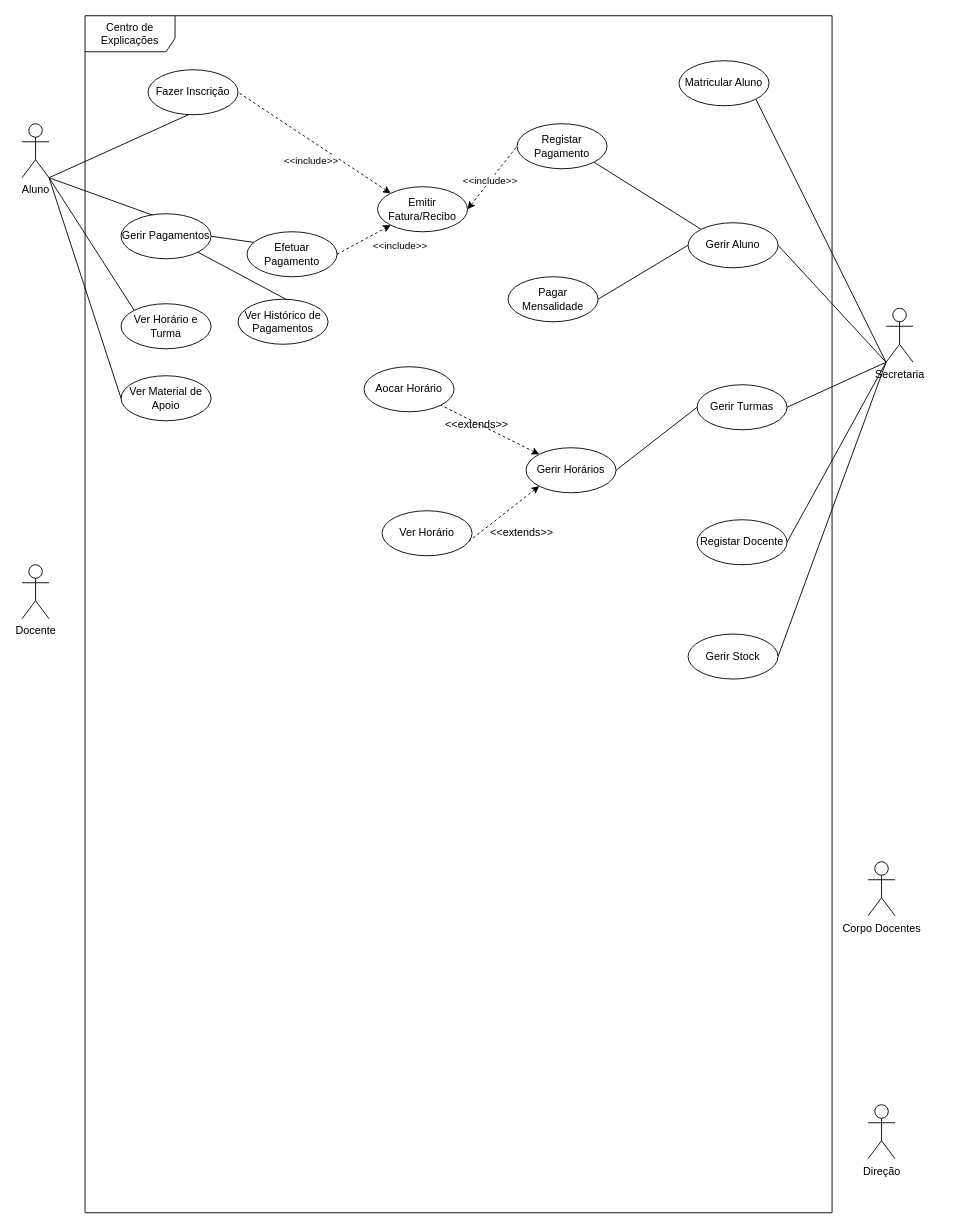
Earlier version of the draw.io diagram PROJETO1_UseCase.drawio (RuiSilva365/Proj1_2024). Source tidied: cells renumbered, new cells numbered last; positions are measured from the earlier drawing's top-left corner, leaving out a move shared by most shapes. Both pictures are drawn from the tidied source at 90%, with x=0, y=0 at pixel (22, 15).
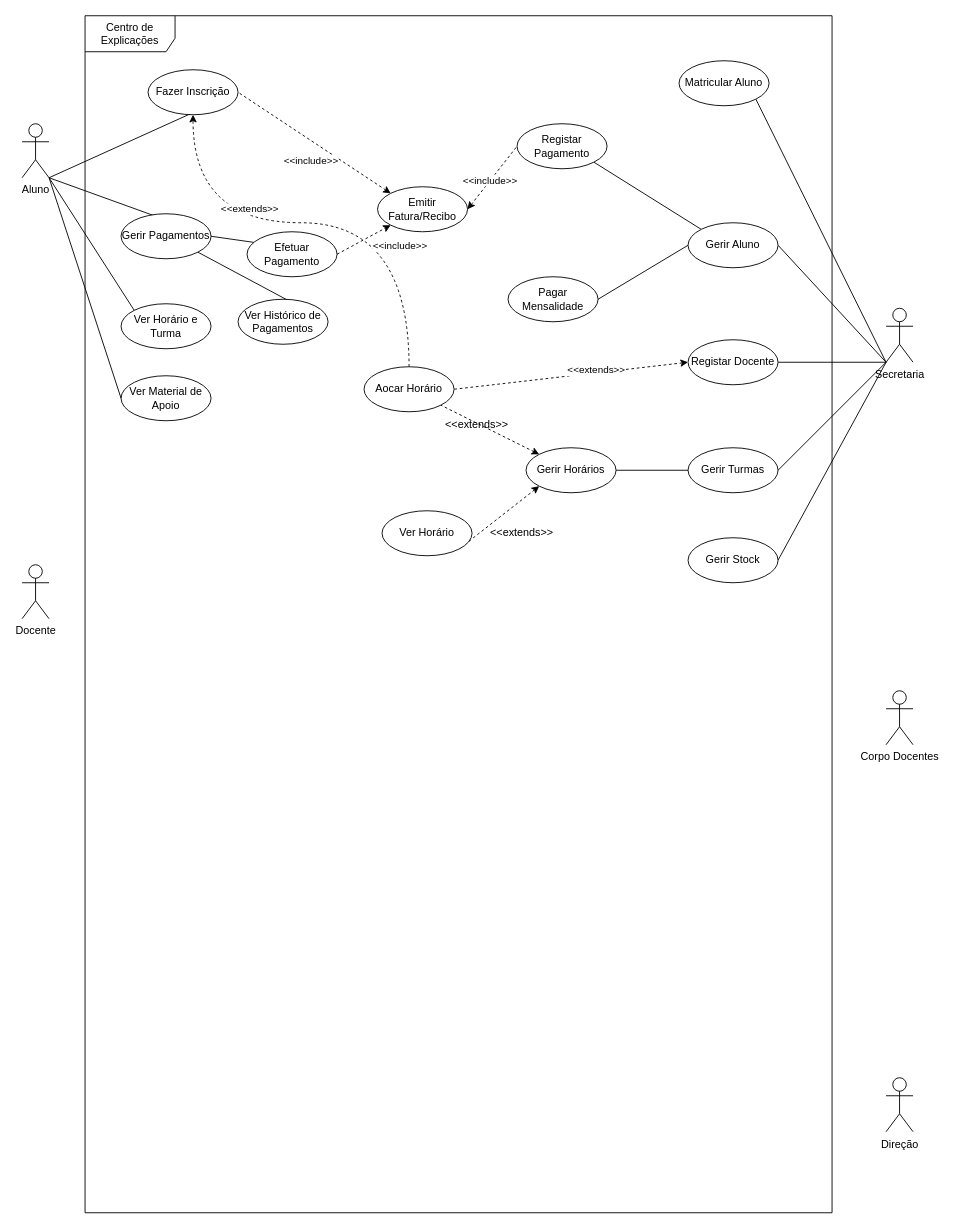
Above is the later version.

Unchanged cells that the change refers to:
```xml
<mxCell id="18" value="Fazer Inscrição" style="ellipse;whiteSpace=wrap;html=1;" parent="1" vertex="1">
  <mxGeometry x="140" y="60" width="100" height="50" as="geometry" />
</mxCell>
<mxCell id="24" value="Aocar Horário" style="ellipse;whiteSpace=wrap;html=1;" parent="1" vertex="1">
  <mxGeometry x="380" y="390" width="100" height="50" as="geometry" />
</mxCell>
```

Change to the diagram source:
```diff
@@
     <mxCell id="8" value="Corpo Docentes&lt;div&gt;&lt;br&gt;&lt;/div&gt;" style="shape=umlActor;verticalLabelPosition=bottom;verticalAlign=top;html=1;" parent="1" vertex="1">
-      <mxGeometry x="940" y="940" width="30" height="60" as="geometry" />
+      <mxGeometry x="960" y="750" width="30" height="60" as="geometry" />
     </mxCell>
     <mxCell id="9" value="Direção" style="shape=umlActor;verticalLabelPosition=bottom;verticalAlign=top;html=1;" parent="1" vertex="1">
-      <mxGeometry x="940" y="1210" width="30" height="60" as="geometry" />
+      <mxGeometry x="960" y="1180" width="30" height="60" as="geometry" />
     </mxCell>
@@
+    <mxCell id="49" style="rounded=0;jettySize=auto;html=1;exitX=0;exitY=0.5;exitDx=0;exitDy=0;entryX=1;entryY=0.5;entryDx=0;entryDy=0;endArrow=none;endFill=0;dashed=1;startArrow=classic;startFill=1;" parent="1" edge="1" source="11" target="24">
+      <mxGeometry relative="1" as="geometry" />
+    </mxCell>
+    <mxCell id="50" value="&amp;lt;&amp;lt;extends&amp;gt;&amp;gt;" style="edgeLabel;html=1;align=center;verticalAlign=middle;" parent="49" vertex="1">
+      <mxGeometry x="-0.21" y="-3" relative="1" as="geometry" />
+    </mxCell>
     <mxCell id="11" value="Registar Docente" style="ellipse;whiteSpace=wrap;html=1;" parent="1" vertex="1">
-      <mxGeometry x="750" y="560" width="100" height="50" as="geometry" />
+      <mxGeometry x="740" y="360" width="100" height="50" as="geometry" />
     </mxCell>
@@
     <mxCell id="16" value="Gerir Stock" style="ellipse;whiteSpace=wrap;html=1;" parent="1" vertex="1">
-      <mxGeometry x="740" y="687" width="100" height="50" as="geometry" />
+      <mxGeometry x="740" y="580" width="100" height="50" as="geometry" />
     </mxCell>
@@
     <mxCell id="23" value="Gerir Turmas" style="ellipse;whiteSpace=wrap;html=1;" parent="1" vertex="1">
-      <mxGeometry x="750" y="410" width="100" height="50" as="geometry" />
+      <mxGeometry x="740" y="480" width="100" height="50" as="geometry" />
     </mxCell>
+    <mxCell id="51" style="edgeStyle=orthogonalEdgeStyle;rounded=0;jettySize=auto;html=1;exitX=0.5;exitY=0;exitDx=0;exitDy=0;curved=1;dashed=1;" parent="1" edge="1" source="24" target="18">
+      <mxGeometry relative="1" as="geometry">
+        <Array as="points">
+          <mxPoint x="430" y="230" />
+          <mxPoint x="190" y="230" />
+        </Array>
+      </mxGeometry>
+    </mxCell>
+    <mxCell id="52" value="&amp;lt;&amp;lt;extends&amp;gt;&amp;gt;" style="edgeLabel;html=1;align=center;verticalAlign=middle;" parent="51" vertex="1">
+      <mxGeometry x="0.3" y="-16" relative="1" as="geometry" />
+    </mxCell>
```
